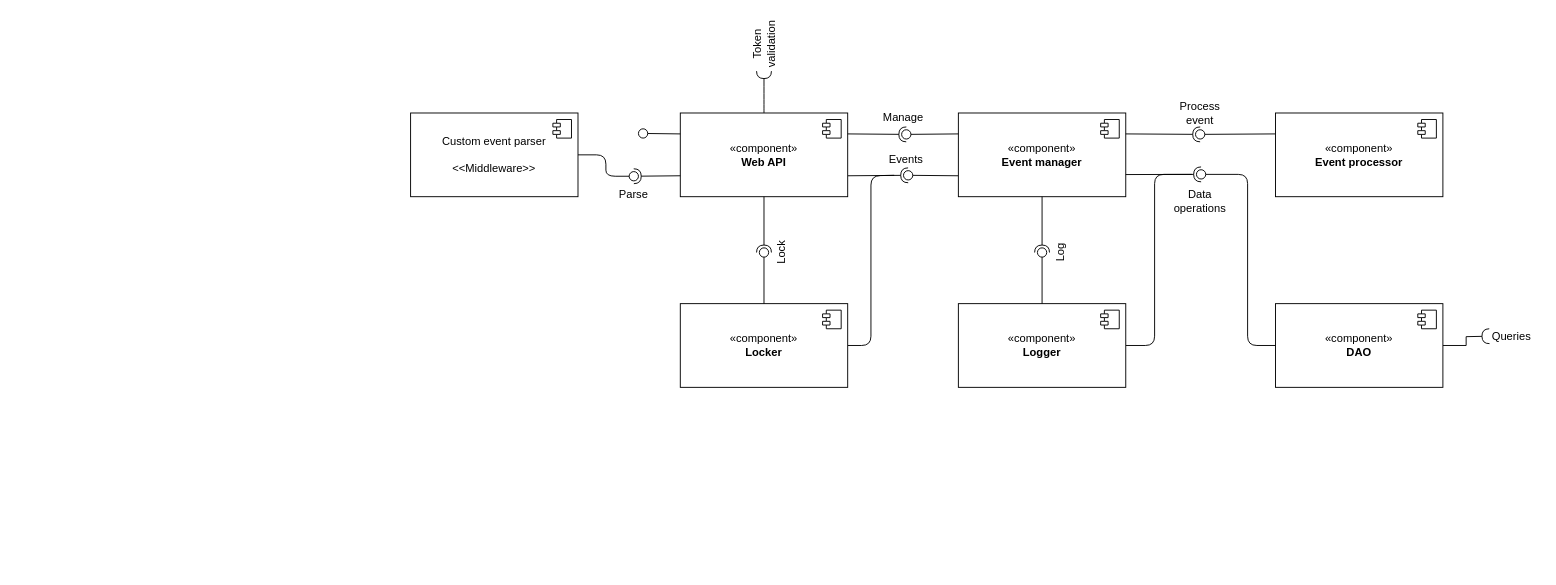
Before: Deliverable-2/ComponentDiagram_management.drawio in ELI20ZIVI/BeeLive, a draw.io diagram. Source tidied: cells renumbered, new cells numbered last; positions are measured from the earlier drawing's top-left corner, leaving out a move shared by most shapes. Both pictures are drawn from the tidied source at 93%, with x=0, y=0 at pixel (410, 30).
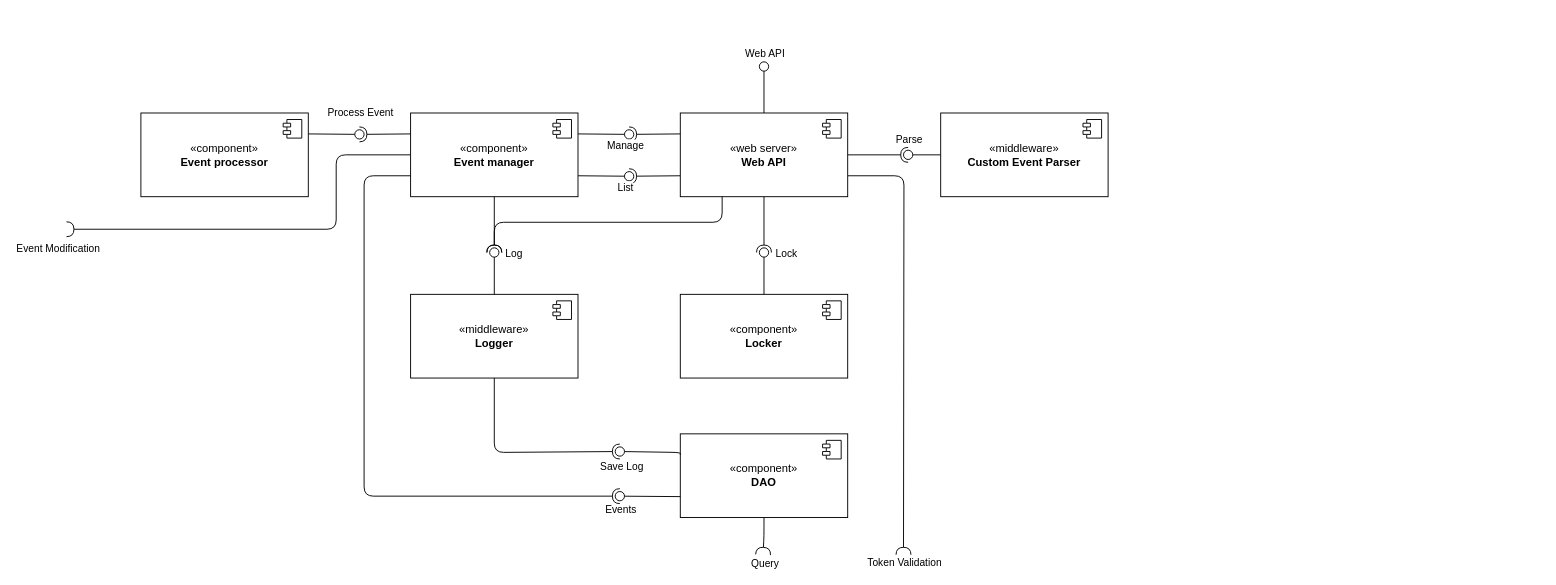
The same page after the edit.

Commit message:
management component diagram

Unchanged cells that the change refers to:
```xml
<mxCell id="35" style="rounded=0;jettySize=auto;html=1;endArrow=halfCircle;endFill=0;endSize=6;strokeWidth=1;sketch=0;exitX=0.5;exitY=1;exitDx=0;exitDy=0;" parent="1" edge="1" source="18" target="37">
  <mxGeometry relative="1" as="geometry" />
</mxCell>
<mxCell id="41" style="rounded=0;jettySize=auto;html=1;endArrow=halfCircle;endFill=0;endSize=6;strokeWidth=1;sketch=0;exitX=0.5;exitY=1;exitDx=0;exitDy=0;" parent="1" edge="1" source="25" target="43">
  <mxGeometry relative="1" as="geometry" />
</mxCell>
<mxCell id="46" style="ellipse;whiteSpace=wrap;html=1;align=center;fillColor=none;strokeColor=none;perimeter=centerPerimeter;points=[];outlineConnect=1;" parent="1" vertex="1">
  <mxGeometry x="844" y="107" width="10" height="10" as="geometry" />
</mxCell>
```

The edit, as a diff of the source:
```diff
@@
-    <mxCell id="2" style="rounded=0;jettySize=auto;html=1;endArrow=halfCircle;endFill=0;endSize=6;strokeWidth=1;sketch=0;fontSize=12;curved=1;exitX=0.5;exitY=0;exitDx=0;exitDy=0;" parent="1" edge="1" source="18">
+    <mxCell id="2" style="rounded=1;jettySize=auto;html=1;endArrow=halfCircle;endFill=0;endSize=6;strokeWidth=1;sketch=0;fontSize=12;exitX=1;exitY=0.75;exitDx=0;exitDy=0;edgeStyle=orthogonalEdgeStyle;curved=0;" parent="1" edge="1" source="18">
       <mxGeometry relative="1" as="geometry">
-        <mxPoint x="380" y="44" as="targetPoint" />
+        <mxPoint x="530" y="564" as="targetPoint" />
       </mxGeometry>
     </mxCell>
+    <mxCell id="54" value="Token Validation" style="edgeLabel;html=1;align=center;verticalAlign=middle;" parent="2" vertex="1">
+      <mxGeometry x="0.69" relative="1" as="geometry">
+        <mxPoint y="82" as="offset" />
+      </mxGeometry>
+    </mxCell>
@@
-    <mxCell id="4" value="Token validation" style="text;html=1;align=center;verticalAlign=middle;whiteSpace=wrap;rounded=0;rotation=-90;" parent="1" vertex="1">
-      <mxGeometry x="350" width="60" height="30" as="geometry" />
-    </mxCell>
-    <mxCell id="5" value="&lt;div&gt;Lock&lt;/div&gt;" style="text;html=1;align=center;verticalAlign=middle;whiteSpace=wrap;rounded=0;rotation=-90;" parent="1" vertex="1">
-      <mxGeometry x="369" y="224" width="60" height="30" as="geometry" />
-    </mxCell>
-    <mxCell id="6" style="edgeStyle=orthogonalEdgeStyle;rounded=1;jettySize=auto;html=1;endArrow=none;endFill=0;curved=0;entryX=1;entryY=0.5;entryDx=0;entryDy=0;" parent="1" edge="1" target="33">
-      <mxGeometry relative="1" as="geometry">
-        <mxPoint x="520" y="156" as="sourcePoint" />
-      </mxGeometry>
-    </mxCell>
-    <mxCell id="7" value="Events" style="text;html=1;align=center;verticalAlign=middle;whiteSpace=wrap;rounded=0;" parent="1" vertex="1">
-      <mxGeometry x="503" y="124" width="60" height="30" as="geometry" />
-    </mxCell>
-    <mxCell id="8" value="Manage" style="text;html=1;align=center;verticalAlign=middle;whiteSpace=wrap;rounded=0;" parent="1" vertex="1">
-      <mxGeometry x="500" y="79" width="60" height="30" as="geometry" />
-    </mxCell>
-    <mxCell id="9" value="&lt;div&gt;Log&lt;/div&gt;" style="text;html=1;align=center;verticalAlign=middle;whiteSpace=wrap;rounded=0;rotation=-90;" parent="1" vertex="1">
-      <mxGeometry x="669" y="224" width="60" height="30" as="geometry" />
-    </mxCell>
-    <mxCell id="10" value="Data &lt;br&gt;operations" style="text;html=1;align=center;verticalAlign=middle;whiteSpace=wrap;rounded=0;" parent="1" vertex="1">
-      <mxGeometry x="819" y="169" width="60" height="30" as="geometry" />
-    </mxCell>
@@
-    <mxCell id="12" value="Process&lt;br&gt;event" style="text;html=1;align=center;verticalAlign=middle;whiteSpace=wrap;rounded=0;" parent="1" vertex="1">
-      <mxGeometry x="819" y="74" width="60" height="30" as="geometry" />
-    </mxCell>
-    <mxCell id="13" style="rounded=0;jettySize=auto;html=1;endArrow=halfCircle;endFill=0;endSize=6;strokeWidth=1;sketch=0;exitX=1;exitY=0.75;exitDx=0;exitDy=0;" parent="1" edge="1" source="18" target="15">
+    <mxCell id="13" style="rounded=0;jettySize=auto;html=1;endArrow=halfCircle;endFill=0;endSize=6;strokeWidth=1;sketch=0;exitX=0;exitY=0.75;exitDx=0;exitDy=0;" parent="1" edge="1" source="18" target="15">
       <mxGeometry relative="1" as="geometry" />
     </mxCell>
-    <mxCell id="14" style="rounded=0;jettySize=auto;html=1;endArrow=oval;endFill=0;sketch=0;sourcePerimeterSpacing=0;targetPerimeterSpacing=0;endSize=10;exitX=0;exitY=0.75;exitDx=0;exitDy=0;" parent="1" edge="1" source="25" target="15">
+    <mxCell id="14" style="rounded=0;jettySize=auto;html=1;endArrow=oval;endFill=0;sketch=0;sourcePerimeterSpacing=0;targetPerimeterSpacing=0;endSize=10;exitX=1;exitY=0.75;exitDx=0;exitDy=0;" parent="1" edge="1" source="25" target="15">
       <mxGeometry relative="1" as="geometry" />
     </mxCell>
+    <mxCell id="55" value="List" style="edgeLabel;html=1;align=center;verticalAlign=middle;" parent="14" vertex="1">
+      <mxGeometry x="0.02" y="1" relative="1" as="geometry">
+        <mxPoint x="22" y="13" as="offset" />
+      </mxGeometry>
+    </mxCell>
     <mxCell id="15" style="ellipse;whiteSpace=wrap;html=1;align=center;fillColor=none;strokeColor=none;perimeter=centerPerimeter;points=[];outlineConnect=1;" parent="1" vertex="1">
-      <mxGeometry x="530" y="151" width="10" height="10" as="geometry" />
+      <mxGeometry x="230" y="152" width="10" height="10" as="geometry" />
     </mxCell>
-    <mxCell id="16" value="Custom event parser&lt;br&gt;&lt;br&gt;&amp;lt;&amp;lt;Middleware&amp;gt;&amp;gt;" style="html=1;whiteSpace=wrap;" parent="1" vertex="1">
-      <mxGeometry y="89" width="180" height="90" as="geometry" />
-    </mxCell>
-    <mxCell id="17" style="shape=module;jettyWidth=8;jettyHeight=4;" parent="16" vertex="1">
-      <mxGeometry x="1" width="20" height="20" relative="1" as="geometry">
-        <mxPoint x="-27" y="7" as="offset" />
-      </mxGeometry>
-    </mxCell>
-    <mxCell id="18" value="«component»&lt;br&gt;&lt;b&gt;Web API&lt;br&gt;&lt;/b&gt;" style="html=1;whiteSpace=wrap;" parent="1" vertex="1">
+    <mxCell id="18" value="«web server»&lt;br&gt;&lt;b&gt;Web API&lt;br&gt;&lt;/b&gt;" style="html=1;whiteSpace=wrap;" parent="1" vertex="1">
       <mxGeometry x="290" y="89" width="180" height="90" as="geometry" />
     </mxCell>
@@
-    <mxCell id="20" style="rounded=0;jettySize=auto;html=1;endArrow=halfCircle;endFill=0;endSize=6;strokeWidth=1;sketch=0;exitX=0;exitY=0.75;exitDx=0;exitDy=0;" parent="1" edge="1" source="18" target="22">
+    <mxCell id="20" style="rounded=0;jettySize=auto;html=1;endArrow=halfCircle;endFill=0;endSize=6;strokeWidth=1;sketch=0;exitX=1;exitY=0.5;exitDx=0;exitDy=0;edgeStyle=orthogonalEdgeStyle;" parent="1" edge="1" source="18" target="22">
       <mxGeometry relative="1" as="geometry" />
     </mxCell>
-    <mxCell id="21" style="rounded=1;jettySize=auto;html=1;endArrow=oval;endFill=0;sketch=0;sourcePerimeterSpacing=0;targetPerimeterSpacing=0;endSize=10;exitX=1;exitY=0.5;exitDx=0;exitDy=0;curved=0;" parent="1" edge="1" source="16" target="22">
-      <mxGeometry relative="1" as="geometry">
-        <Array as="points">
-          <mxPoint x="210" y="134" />
-          <mxPoint x="210" y="157" />
-        </Array>
-      </mxGeometry>
+    <mxCell id="21" style="rounded=1;jettySize=auto;html=1;endArrow=oval;endFill=0;sketch=0;sourcePerimeterSpacing=0;targetPerimeterSpacing=0;endSize=10;exitX=0;exitY=0.5;exitDx=0;exitDy=0;edgeStyle=orthogonalEdgeStyle;" parent="1" edge="1" source="61" target="22">
+      <mxGeometry relative="1" as="geometry" />
     </mxCell>
+    <mxCell id="53" value="Parse" style="edgeLabel;html=1;align=center;verticalAlign=middle;" parent="21" vertex="1">
+      <mxGeometry x="0.04" relative="1" as="geometry">
+        <mxPoint x="-17" y="-17" as="offset" />
+      </mxGeometry>
+    </mxCell>
     <mxCell id="22" style="ellipse;whiteSpace=wrap;html=1;align=center;fillColor=none;strokeColor=none;perimeter=centerPerimeter;points=[];outlineConnect=1;" parent="1" vertex="1">
-      <mxGeometry x="235" y="152" width="10" height="10" as="geometry" />
+      <mxGeometry x="530" y="129" width="10" height="10" as="geometry" />
     </mxCell>
-    <mxCell id="23" style="rounded=0;jettySize=auto;html=1;endArrow=oval;endFill=0;sketch=0;sourcePerimeterSpacing=0;targetPerimeterSpacing=0;endSize=10;exitX=0;exitY=0.25;exitDx=0;exitDy=0;" parent="1" edge="1" source="18" target="24">
+    <mxCell id="23" style="rounded=0;jettySize=auto;html=1;endArrow=oval;endFill=0;sketch=0;sourcePerimeterSpacing=0;targetPerimeterSpacing=0;endSize=10;exitX=0.5;exitY=0;exitDx=0;exitDy=0;" parent="1" edge="1" source="18" target="24">
       <mxGeometry relative="1" as="geometry" />
     </mxCell>
+    <mxCell id="56" value="Web API" style="edgeLabel;html=1;align=center;verticalAlign=middle;" parent="23" vertex="1">
+      <mxGeometry x="-0.28" y="1" relative="1" as="geometry">
+        <mxPoint x="1" y="-47" as="offset" />
+      </mxGeometry>
+    </mxCell>
     <mxCell id="24" style="ellipse;whiteSpace=wrap;html=1;align=center;fillColor=none;strokeColor=none;perimeter=centerPerimeter;points=[];outlineConnect=1;" parent="1" vertex="1">
-      <mxGeometry x="245" y="106" width="10" height="10" as="geometry" />
+      <mxGeometry x="375" y="34" width="10" height="10" as="geometry" />
     </mxCell>
+    <mxCell id="57" style="edgeStyle=orthogonalEdgeStyle;rounded=1;jettySize=auto;html=1;exitX=0;exitY=0.5;exitDx=0;exitDy=0;endArrow=halfCircle;endFill=0;curved=0;" parent="1" edge="1" source="25">
+      <mxGeometry relative="1" as="geometry">
+        <mxPoint x="-370" y="214" as="targetPoint" />
+        <Array as="points">
+          <mxPoint x="-80" y="134" />
+          <mxPoint x="-80" y="214" />
+        </Array>
+      </mxGeometry>
+    </mxCell>
+    <mxCell id="58" value="Event Modification" style="edgeLabel;html=1;align=center;verticalAlign=middle;" parent="57" vertex="1">
+      <mxGeometry x="0.55" y="3" relative="1" as="geometry">
+        <mxPoint x="-111" y="17" as="offset" />
+      </mxGeometry>
+    </mxCell>
     <mxCell id="25" value="«component»&lt;br&gt;&lt;b&gt;Event manager&lt;/b&gt;&lt;br&gt;&lt;b&gt;&lt;/b&gt;" style="html=1;whiteSpace=wrap;" parent="1" vertex="1">
-      <mxGeometry x="589" y="89" width="180" height="90" as="geometry" />
+      <mxGeometry y="89" width="180" height="90" as="geometry" />
     </mxCell>
@@
-    <mxCell id="27" style="edgeStyle=orthogonalEdgeStyle;rounded=0;jettySize=auto;html=1;exitX=1;exitY=0.5;exitDx=0;exitDy=0;endArrow=halfCircle;endFill=0;" parent="1" edge="1" source="28">
+    <mxCell id="27" style="edgeStyle=orthogonalEdgeStyle;rounded=1;jettySize=auto;html=1;exitX=0.5;exitY=1;exitDx=0;exitDy=0;endArrow=halfCircle;endFill=0;curved=0;" parent="1" edge="1" source="28">
       <mxGeometry relative="1" as="geometry">
-        <mxPoint x="1160" y="329" as="targetPoint" />
+        <mxPoint x="379" y="564" as="targetPoint" />
       </mxGeometry>
     </mxCell>
+    <mxCell id="59" value="Query" style="edgeLabel;html=1;align=center;verticalAlign=middle;" parent="27" vertex="1">
+      <mxGeometry x="-0.04" relative="1" as="geometry">
+        <mxPoint y="30" as="offset" />
+      </mxGeometry>
+    </mxCell>
     <mxCell id="28" value="&lt;div&gt;«component»&lt;/div&gt;&lt;div&gt;&lt;b&gt;DAO&lt;/b&gt;&lt;/div&gt;" style="html=1;whiteSpace=wrap;" parent="1" vertex="1">
-      <mxGeometry x="930" y="294" width="180" height="90" as="geometry" />
+      <mxGeometry x="290" y="434" width="180" height="90" as="geometry" />
     </mxCell>
@@
-    <mxCell id="30" style="rounded=0;jettySize=auto;html=1;endArrow=halfCircle;endFill=0;endSize=6;strokeWidth=1;sketch=0;exitX=1;exitY=0.25;exitDx=0;exitDy=0;entryX=-0.309;entryY=0.53;entryDx=0;entryDy=0;entryPerimeter=0;" parent="1" edge="1" source="18" target="32">
+    <mxCell id="30" style="rounded=0;jettySize=auto;html=1;endArrow=halfCircle;endFill=0;endSize=6;strokeWidth=1;sketch=0;exitX=0;exitY=0.25;exitDx=0;exitDy=0;entryX=-0.309;entryY=0.53;entryDx=0;entryDy=0;entryPerimeter=0;" parent="1" edge="1" source="18" target="32">
       <mxGeometry relative="1" as="geometry" />
     </mxCell>
-    <mxCell id="31" style="rounded=0;jettySize=auto;html=1;endArrow=oval;endFill=0;sketch=0;sourcePerimeterSpacing=0;targetPerimeterSpacing=0;endSize=10;exitX=0;exitY=0.25;exitDx=0;exitDy=0;" parent="1" edge="1" source="25" target="32">
+    <mxCell id="31" style="rounded=0;jettySize=auto;html=1;endArrow=oval;endFill=0;sketch=0;sourcePerimeterSpacing=0;targetPerimeterSpacing=0;endSize=10;exitX=1;exitY=0.25;exitDx=0;exitDy=0;" parent="1" edge="1" source="25" target="32">
       <mxGeometry relative="1" as="geometry" />
     </mxCell>
+    <mxCell id="8" value="Manage" style="edgeLabel;html=1;align=center;verticalAlign=middle;" parent="31" vertex="1">
+      <mxGeometry x="-0.05" y="1" relative="1" as="geometry">
+        <mxPoint x="24" y="13" as="offset" />
+      </mxGeometry>
+    </mxCell>
     <mxCell id="32" style="ellipse;whiteSpace=wrap;html=1;align=center;fillColor=none;strokeColor=none;perimeter=centerPerimeter;points=[];outlineConnect=1;" parent="1" vertex="1">
-      <mxGeometry x="528" y="107" width="10" height="10" as="geometry" />
+      <mxGeometry x="230" y="107" width="10" height="10" as="geometry" />
     </mxCell>
     <mxCell id="33" value="&lt;div&gt;«component»&lt;/div&gt;&lt;div&gt;&lt;b&gt;Locker&lt;/b&gt;&lt;/div&gt;" style="html=1;whiteSpace=wrap;" parent="1" vertex="1">
-      <mxGeometry x="290" y="294" width="180" height="90" as="geometry" />
+      <mxGeometry x="290" y="284" width="180" height="90" as="geometry" />
     </mxCell>
@@
+    <mxCell id="5" value="Lock" style="edgeLabel;html=1;align=center;verticalAlign=middle;" parent="35" vertex="1">
+      <mxGeometry x="-0.41" y="1" relative="1" as="geometry">
+        <mxPoint x="22" y="42" as="offset" />
+      </mxGeometry>
+    </mxCell>
@@
-    <mxCell id="38" style="edgeStyle=orthogonalEdgeStyle;rounded=1;jettySize=auto;html=1;exitX=1;exitY=0.5;exitDx=0;exitDy=0;endArrow=none;endFill=0;curved=0;" parent="1" edge="1" source="39">
-      <mxGeometry relative="1" as="geometry">
-        <mxPoint x="840" y="155" as="targetPoint" />
-        <Array as="points">
-          <mxPoint x="800" y="339" />
-          <mxPoint x="800" y="155" />
-        </Array>
-      </mxGeometry>
-    </mxCell>
-    <mxCell id="39" value="«component»&lt;br&gt;&lt;b&gt;Logger&lt;/b&gt;" style="html=1;whiteSpace=wrap;" parent="1" vertex="1">
-      <mxGeometry x="589" y="294" width="180" height="90" as="geometry" />
+    <mxCell id="39" value="«middleware»&lt;br&gt;&lt;b&gt;Logger&lt;/b&gt;" style="html=1;whiteSpace=wrap;" parent="1" vertex="1">
+      <mxGeometry y="284" width="180" height="90" as="geometry" />
     </mxCell>
@@
+    <mxCell id="9" value="Log" style="edgeLabel;html=1;align=center;verticalAlign=middle;" parent="41" vertex="1">
+      <mxGeometry x="-0.1" y="1" relative="1" as="geometry">
+        <mxPoint x="19" y="33" as="offset" />
+      </mxGeometry>
+    </mxCell>
@@
     <mxCell id="43" style="ellipse;whiteSpace=wrap;html=1;align=center;fillColor=none;strokeColor=none;perimeter=centerPerimeter;points=[];outlineConnect=1;" parent="1" vertex="1">
-      <mxGeometry x="674" y="234" width="10" height="10" as="geometry" />
+      <mxGeometry x="85" y="234" width="10" height="10" as="geometry" />
     </mxCell>
-    <mxCell id="44" style="rounded=0;jettySize=auto;html=1;endArrow=halfCircle;endFill=0;endSize=6;strokeWidth=1;sketch=0;exitX=1;exitY=0.25;exitDx=0;exitDy=0;" parent="1" edge="1" source="25" target="46">
-      <mxGeometry relative="1" as="geometry" />
-    </mxCell>
-    <mxCell id="45" style="rounded=0;jettySize=auto;html=1;endArrow=oval;endFill=0;sketch=0;sourcePerimeterSpacing=0;targetPerimeterSpacing=0;endSize=10;exitX=0;exitY=0.25;exitDx=0;exitDy=0;" parent="1" edge="1" source="51" target="46">
-      <mxGeometry relative="1" as="geometry" />
-    </mxCell>
@@
-    <mxCell id="47" value="Queries" style="text;html=1;align=center;verticalAlign=middle;whiteSpace=wrap;rounded=0;" parent="1" vertex="1">
-      <mxGeometry x="1154" y="315" width="60" height="30" as="geometry" />
-    </mxCell>
-    <mxCell id="48" style="rounded=0;orthogonalLoop=1;jettySize=auto;html=1;endArrow=halfCircle;endFill=0;endSize=6;strokeWidth=1;sketch=0;exitX=1;exitY=0.75;exitDx=0;exitDy=0;" parent="1" edge="1">
+    <mxCell id="48" style="rounded=1;jettySize=auto;html=1;endArrow=halfCircle;endFill=0;endSize=6;strokeWidth=1;sketch=0;edgeStyle=orthogonalEdgeStyle;curved=0;exitX=0.5;exitY=1;exitDx=0;exitDy=0;" parent="1" edge="1" source="39" target="50">
       <mxGeometry relative="1" as="geometry">
-        <mxPoint x="769" y="155.2" as="sourcePoint" />
-        <mxPoint x="850" y="155" as="targetPoint" />
+        <Array as="points">
+          <mxPoint x="90" y="454" />
+          <mxPoint x="225" y="454" />
+        </Array>
       </mxGeometry>
     </mxCell>
-    <mxCell id="49" style="rounded=1;jettySize=auto;html=1;endArrow=oval;endFill=0;sketch=0;sourcePerimeterSpacing=0;targetPerimeterSpacing=0;endSize=10;exitX=0;exitY=0.5;exitDx=0;exitDy=0;edgeStyle=orthogonalEdgeStyle;" parent="1" edge="1" source="28" target="50">
+    <mxCell id="49" style="rounded=1;jettySize=auto;html=1;endArrow=oval;endFill=0;sketch=0;sourcePerimeterSpacing=0;targetPerimeterSpacing=0;endSize=10;exitX=0;exitY=0.25;exitDx=0;exitDy=0;edgeStyle=orthogonalEdgeStyle;" parent="1" edge="1" source="28" target="50">
       <mxGeometry relative="1" as="geometry">
         <Array as="points">
-          <mxPoint x="900" y="339" />
-          <mxPoint x="900" y="155" />
+          <mxPoint x="290" y="454" />
+          <mxPoint x="225" y="454" />
         </Array>
       </mxGeometry>
     </mxCell>
+    <mxCell id="60" value="Save Log" style="edgeLabel;html=1;align=center;verticalAlign=middle;" parent="49" vertex="1">
+      <mxGeometry x="-0.19" y="2" relative="1" as="geometry">
+        <mxPoint x="-39" y="13" as="offset" />
+      </mxGeometry>
+    </mxCell>
     <mxCell id="50" style="ellipse;whiteSpace=wrap;html=1;align=center;fillColor=none;strokeColor=none;perimeter=centerPerimeter;points=[];outlineConnect=1;" parent="1" vertex="1">
-      <mxGeometry x="845" y="150" width="10" height="10" as="geometry" />
+      <mxGeometry x="220" y="448" width="10" height="10" as="geometry" />
     </mxCell>
     <mxCell id="51" value="&lt;div&gt;«component»&lt;/div&gt;&lt;b&gt;Event processor&lt;/b&gt;" style="html=1;whiteSpace=wrap;" parent="1" vertex="1">
-      <mxGeometry x="930" y="89" width="180" height="90" as="geometry" />
+      <mxGeometry x="-290" y="89" width="180" height="90" as="geometry" />
     </mxCell>
@@
-    <mxCell id="53" value="Parse" style="text;html=1;align=center;verticalAlign=middle;whiteSpace=wrap;rounded=0;rotation=0;" parent="1" vertex="1">
-      <mxGeometry x="210" y="162" width="60" height="30" as="geometry" />
-    </mxCell>
+    <mxCell id="61" value="«middleware&lt;span style=&quot;background-color: initial;&quot;&gt;»&lt;/span&gt;&lt;div&gt;&lt;b&gt;Custom Event Parser&lt;/b&gt;&lt;/div&gt;" style="html=1;whiteSpace=wrap;" parent="1" vertex="1">
+      <mxGeometry x="570" y="89" width="180" height="90" as="geometry" />
+    </mxCell>
+    <mxCell id="62" style="shape=module;jettyWidth=8;jettyHeight=4;" parent="61" vertex="1">
+      <mxGeometry x="1" width="20" height="20" relative="1" as="geometry">
+        <mxPoint x="-27" y="7" as="offset" />
+      </mxGeometry>
+    </mxCell>
+    <mxCell id="63" style="rounded=0;jettySize=auto;html=1;endArrow=halfCircle;endFill=0;endSize=6;strokeWidth=1;sketch=0;exitX=0;exitY=0.25;exitDx=0;exitDy=0;" parent="1" edge="1" source="25" target="66">
+      <mxGeometry relative="1" as="geometry" />
+    </mxCell>
+    <mxCell id="64" style="rounded=0;jettySize=auto;html=1;endArrow=oval;endFill=0;sketch=0;sourcePerimeterSpacing=0;targetPerimeterSpacing=0;endSize=10;exitX=1;exitY=0.25;exitDx=0;exitDy=0;" parent="1" edge="1" source="51" target="66">
+      <mxGeometry relative="1" as="geometry" />
+    </mxCell>
+    <mxCell id="65" value="Process Event" style="edgeLabel;html=1;align=center;verticalAlign=middle;" parent="64" vertex="1">
+      <mxGeometry x="-0.07" y="1" relative="1" as="geometry">
+        <mxPoint x="29" y="-22" as="offset" />
+      </mxGeometry>
+    </mxCell>
+    <mxCell id="66" style="ellipse;whiteSpace=wrap;html=1;align=center;fillColor=none;strokeColor=none;perimeter=centerPerimeter;points=[];outlineConnect=1;" parent="1" vertex="1">
+      <mxGeometry x="-60" y="107" width="10" height="10" as="geometry" />
+    </mxCell>
+    <mxCell id="67" style="ellipse;whiteSpace=wrap;html=1;align=center;fillColor=none;strokeColor=none;perimeter=centerPerimeter;" parent="1" vertex="1">
+      <mxGeometry x="150" y="494" width="10" height="10" as="geometry" />
+    </mxCell>
+    <mxCell id="68" style="rounded=1;jettySize=auto;html=1;endArrow=halfCircle;endFill=0;endSize=6;strokeWidth=1;sketch=0;exitX=0;exitY=0.75;exitDx=0;exitDy=0;edgeStyle=orthogonalEdgeStyle;curved=0;" parent="1" edge="1" source="25" target="70">
+      <mxGeometry relative="1" as="geometry">
+        <Array as="points">
+          <mxPoint x="-50" y="156" />
+          <mxPoint x="-50" y="501" />
+        </Array>
+      </mxGeometry>
+    </mxCell>
+    <mxCell id="69" style="rounded=0;jettySize=auto;html=1;endArrow=oval;endFill=0;sketch=0;sourcePerimeterSpacing=0;targetPerimeterSpacing=0;endSize=10;exitX=0;exitY=0.75;exitDx=0;exitDy=0;" parent="1" edge="1" source="28" target="70">
+      <mxGeometry relative="1" as="geometry" />
+    </mxCell>
+    <mxCell id="7" value="Events" style="edgeLabel;html=1;align=center;verticalAlign=middle;" parent="69" vertex="1">
+      <mxGeometry x="0.02" relative="1" as="geometry">
+        <mxPoint x="-32" y="14" as="offset" />
+      </mxGeometry>
+    </mxCell>
+    <mxCell id="70" style="ellipse;whiteSpace=wrap;html=1;align=center;fillColor=none;strokeColor=none;perimeter=centerPerimeter;points=[];outlineConnect=1;" parent="1" vertex="1">
+      <mxGeometry x="220" y="496" width="10" height="10" as="geometry" />
+    </mxCell>
+    <mxCell id="71" style="edgeStyle=orthogonalEdgeStyle;rounded=1;jettySize=auto;html=1;exitX=0.25;exitY=1;exitDx=0;exitDy=0;entryX=0.582;entryY=-0.082;entryDx=0;entryDy=0;entryPerimeter=0;curved=0;endArrow=halfCircle;endFill=0;" parent="1" edge="1" source="18" target="43">
+      <mxGeometry relative="1" as="geometry" />
+    </mxCell>
```
